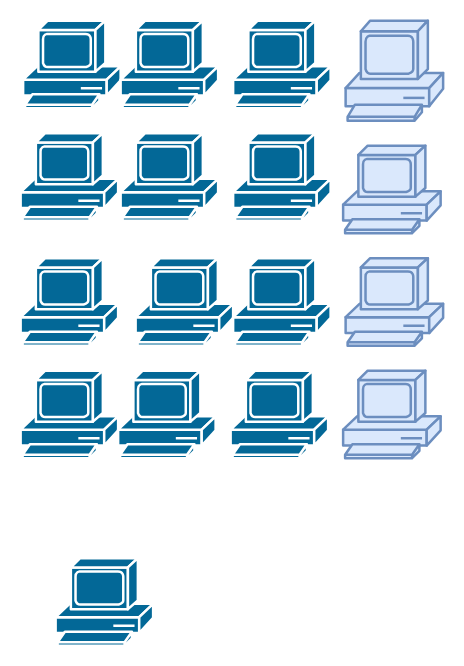
The draw.io diagram lan_aula.drawio in carmencentella/workspace, before the edit. Source tidied: cells renumbered, new cells numbered last; positions are measured from the earlier drawing's top-left corner, leaving out a move shared by most shapes. Both pictures are drawn from the tidied source at 125%, with x=0, y=0 at pixel (20, 20).
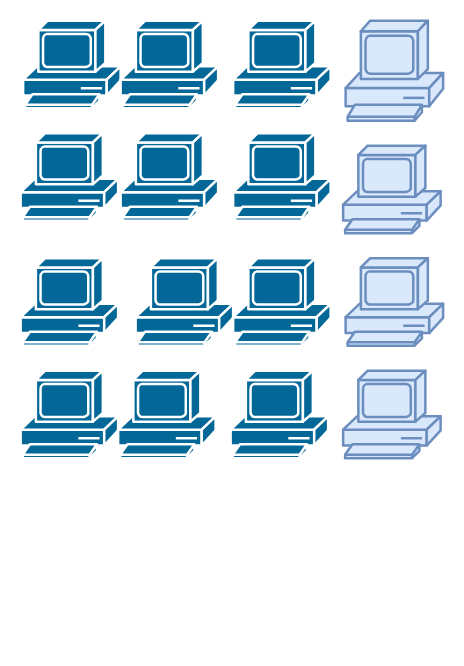
The same diagram, later.

The edit, as a diff of the source:
```diff
@@
 <mxGraphModel>
   <root>
     <mxCell id="0" />
     <mxCell id="1" parent="0" />
     <mxCell id="2" style="shape=mxgraph.cisco.computers_and_peripherals.pc;sketch=0;html=1;dashed=0;fillColor=#036897;strokeColor=#ffffff;strokeWidth=2;verticalLabelPosition=bottom;verticalAlign=top;align=center;" parent="1" vertex="1">
       <mxGeometry x="2" width="78" height="70" as="geometry" />
     </mxCell>
     <mxCell id="3" style="shape=mxgraph.cisco.computers_and_peripherals.pc;sketch=0;html=1;dashed=0;fillColor=#036897;strokeColor=#ffffff;strokeWidth=2;verticalLabelPosition=bottom;verticalAlign=top;align=center;" parent="1" vertex="1">
       <mxGeometry x="80" width="78" height="70" as="geometry" />
     </mxCell>
     <mxCell id="4" style="shape=mxgraph.cisco.computers_and_peripherals.pc;sketch=0;html=1;dashed=0;fillColor=#036897;strokeColor=#ffffff;strokeWidth=2;verticalLabelPosition=bottom;verticalAlign=top;align=center;" parent="1" vertex="1">
       <mxGeometry x="170" width="78" height="70" as="geometry" />
     </mxCell>
     <mxCell id="5" style="shape=mxgraph.cisco.computers_and_peripherals.pc;sketch=0;html=1;dashed=0;strokeWidth=2;verticalLabelPosition=bottom;verticalAlign=top;align=center;fillColor=#dae8fc;strokeColor=#6c8ebf;" parent="1" vertex="1">
       <mxGeometry x="260" width="78" height="80" as="geometry" />
     </mxCell>
-    <mxCell id="6" style="shape=mxgraph.cisco.computers_and_peripherals.pc;sketch=0;html=1;dashed=0;fillColor=#036897;strokeColor=#ffffff;strokeWidth=2;verticalLabelPosition=bottom;verticalAlign=top;align=center;" parent="1" vertex="1">
-      <mxGeometry x="28" y="430" width="78" height="70" as="geometry" />
-    </mxCell>
     <mxCell id="7" style="shape=mxgraph.cisco.computers_and_peripherals.pc;sketch=0;html=1;dashed=0;fillColor=#036897;strokeColor=#ffffff;strokeWidth=2;verticalLabelPosition=bottom;verticalAlign=top;align=center;" parent="1" vertex="1">
       <mxGeometry y="90" width="78" height="70" as="geometry" />
     </mxCell>
     <mxCell id="8" style="shape=mxgraph.cisco.computers_and_peripherals.pc;sketch=0;html=1;dashed=0;fillColor=#036897;strokeColor=#ffffff;strokeWidth=2;verticalLabelPosition=bottom;verticalAlign=top;align=center;" parent="1" vertex="1">
       <mxGeometry x="80" y="90" width="78" height="70" as="geometry" />
     </mxCell>
     <mxCell id="9" style="shape=mxgraph.cisco.computers_and_peripherals.pc;sketch=0;html=1;dashed=0;fillColor=#036897;strokeColor=#ffffff;strokeWidth=2;verticalLabelPosition=bottom;verticalAlign=top;align=center;" parent="1" vertex="1">
       <mxGeometry x="170" y="90" width="78" height="70" as="geometry" />
     </mxCell>
     <mxCell id="10" style="shape=mxgraph.cisco.computers_and_peripherals.pc;sketch=0;html=1;dashed=0;strokeWidth=2;verticalLabelPosition=bottom;verticalAlign=top;align=center;fillColor=#dae8fc;strokeColor=#6c8ebf;" parent="1" vertex="1">
       <mxGeometry x="258" y="100" width="78" height="70" as="geometry" />
     </mxCell>
     <mxCell id="11" style="shape=mxgraph.cisco.computers_and_peripherals.pc;sketch=0;html=1;dashed=0;fillColor=#036897;strokeColor=#ffffff;strokeWidth=2;verticalLabelPosition=bottom;verticalAlign=top;align=center;" parent="1" vertex="1">
       <mxGeometry y="190" width="78" height="70" as="geometry" />
     </mxCell>
     <mxCell id="12" style="shape=mxgraph.cisco.computers_and_peripherals.pc;sketch=0;html=1;dashed=0;fillColor=#036897;strokeColor=#ffffff;strokeWidth=2;verticalLabelPosition=bottom;verticalAlign=top;align=center;" parent="1" vertex="1">
       <mxGeometry x="92" y="190" width="78" height="70" as="geometry" />
     </mxCell>
     <mxCell id="13" style="shape=mxgraph.cisco.computers_and_peripherals.pc;sketch=0;html=1;dashed=0;fillColor=#036897;strokeColor=#ffffff;strokeWidth=2;verticalLabelPosition=bottom;verticalAlign=top;align=center;" parent="1" vertex="1">
       <mxGeometry x="170" y="190" width="78" height="70" as="geometry" />
     </mxCell>
     <mxCell id="14" style="shape=mxgraph.cisco.computers_and_peripherals.pc;sketch=0;html=1;dashed=0;strokeWidth=2;verticalLabelPosition=bottom;verticalAlign=top;align=center;fillColor=#dae8fc;strokeColor=#6c8ebf;" parent="1" vertex="1">
       <mxGeometry x="260" y="190" width="78" height="70" as="geometry" />
     </mxCell>
     <mxCell id="15" style="shape=mxgraph.cisco.computers_and_peripherals.pc;sketch=0;html=1;dashed=0;fillColor=#036897;strokeColor=#ffffff;strokeWidth=2;verticalLabelPosition=bottom;verticalAlign=top;align=center;" parent="1" vertex="1">
       <mxGeometry y="280" width="78" height="70" as="geometry" />
     </mxCell>
     <mxCell id="16" style="shape=mxgraph.cisco.computers_and_peripherals.pc;sketch=0;html=1;dashed=0;fillColor=#036897;strokeColor=#ffffff;strokeWidth=2;verticalLabelPosition=bottom;verticalAlign=top;align=center;" parent="1" vertex="1">
       <mxGeometry x="78" y="280" width="78" height="70" as="geometry" />
     </mxCell>
     <mxCell id="17" style="shape=mxgraph.cisco.computers_and_peripherals.pc;sketch=0;html=1;dashed=0;fillColor=#036897;strokeColor=#ffffff;strokeWidth=2;verticalLabelPosition=bottom;verticalAlign=top;align=center;" parent="1" vertex="1">
       <mxGeometry x="168" y="280" width="78" height="70" as="geometry" />
     </mxCell>
     <mxCell id="18" style="shape=mxgraph.cisco.computers_and_peripherals.pc;sketch=0;html=1;dashed=0;strokeWidth=2;verticalLabelPosition=bottom;verticalAlign=top;align=center;fillColor=#dae8fc;strokeColor=#6c8ebf;" parent="1" vertex="1">
       <mxGeometry x="258" y="280" width="78" height="70" as="geometry" />
     </mxCell>
   </root>
 </mxGraphModel>
```
